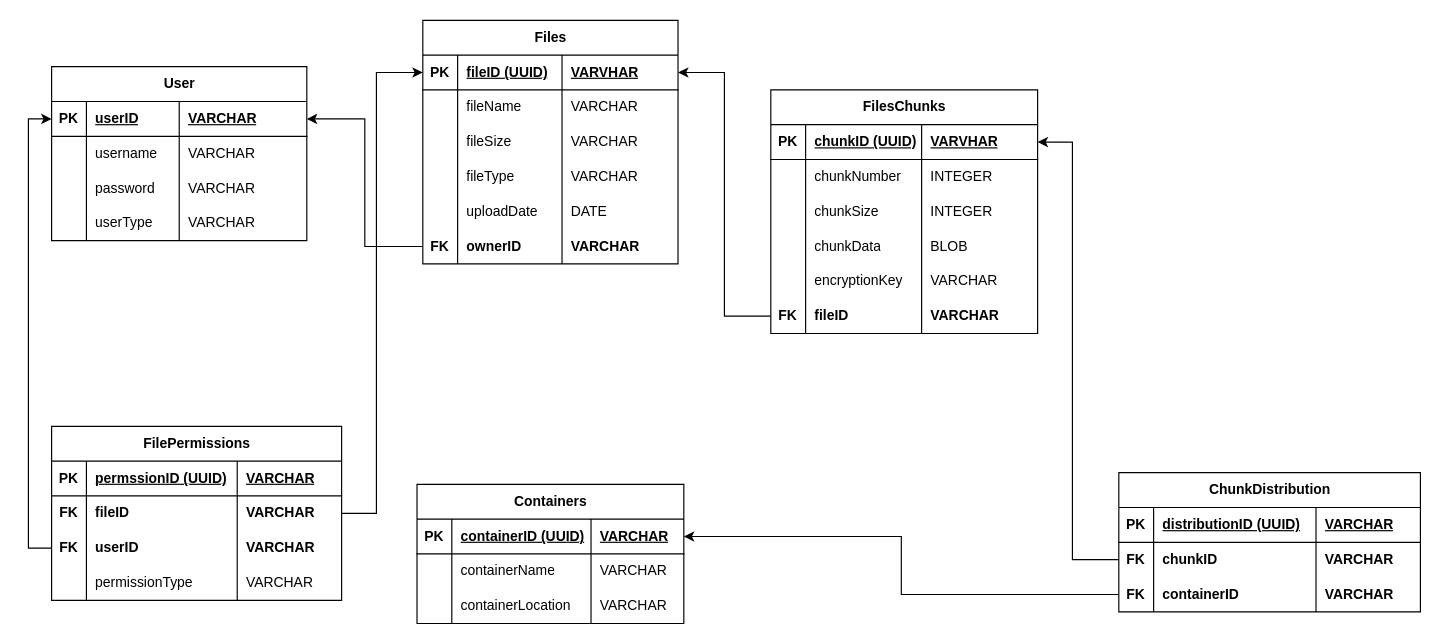
AnjeloM/AnjeloM keeps this draw.io diagram as CWK ER-Diagram.drawio. Above is the earlier version. Source tidied: cells renumbered, new cells numbered last; positions are measured from the earlier drawing's top-left corner, leaving out a move shared by most shapes. Both pictures are drawn from the tidied source at 116%, with x=0, y=0 at pixel (51, 20).
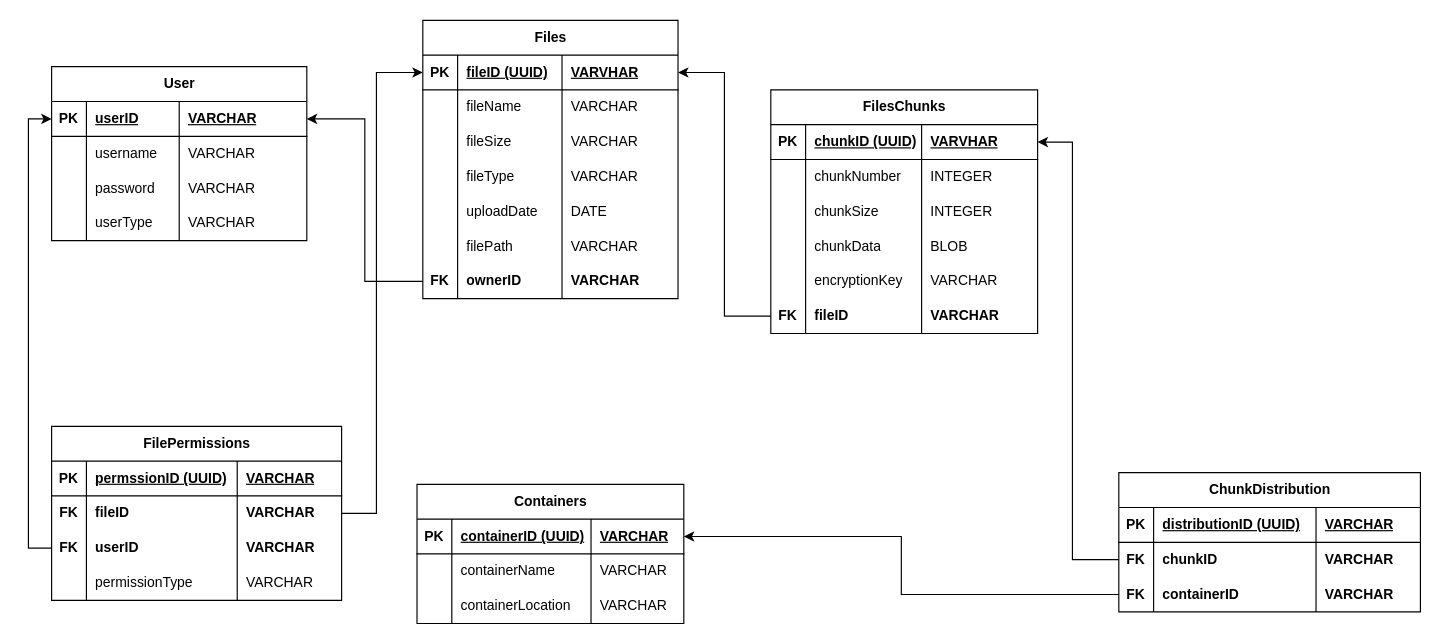
The same page after the edit.

The edit, as a diff of the source:
```diff
@@
     <mxCell id="19" value="Files" style="shape=table;startSize=30;childLayout=tableLayout;rowLines=0;fontStyle=1;align=center;html=1;" parent="1" vertex="1">
-      <mxGeometry x="320" width="220" height="210" as="geometry" />
+      <mxGeometry x="320" width="220" height="240" as="geometry" />
     </mxCell>
@@
+    <mxCell id="118" style="shape=tableRow;horizontal=0;startSize=0;swimlaneHead=0;swimlaneBody=0;fillColor=none;top=0;left=0;right=0;bottom=0;" parent="19" vertex="1">
+      <mxGeometry y="180" width="220" height="30" as="geometry" />
+    </mxCell>
+    <mxCell id="119" style="shape=partialRectangle;fillColor=none;top=0;left=0;bottom=0;right=0;overflow=hidden;whiteSpace=wrap;html=1;" parent="118" vertex="1">
+      <mxGeometry width="30" height="30" as="geometry" />
+    </mxCell>
+    <mxCell id="120" value="filePath" style="shape=partialRectangle;fillColor=none;top=0;left=0;bottom=0;right=0;align=left;spacingLeft=6;overflow=hidden;whiteSpace=wrap;html=1;" parent="118" vertex="1">
+      <mxGeometry x="30" width="90" height="30" as="geometry" />
+    </mxCell>
+    <mxCell id="121" value="VARCHAR" style="shape=partialRectangle;fillColor=none;top=0;left=0;bottom=0;right=0;align=left;spacingLeft=6;overflow=hidden;whiteSpace=wrap;html=1;" parent="118" vertex="1">
+      <mxGeometry x="120" width="100" height="30" as="geometry" />
+    </mxCell>
     <mxCell id="40" style="shape=tableRow;horizontal=0;startSize=0;swimlaneHead=0;swimlaneBody=0;fillColor=none;points=[[0,0.5],[1,0.5]];portConstraint=eastwest;top=0;left=0;right=0;bottom=0;" parent="19" vertex="1">
-      <mxGeometry y="180" width="220" height="30" as="geometry" />
+      <mxGeometry y="210" width="220" height="30" as="geometry" />
     </mxCell>
```
